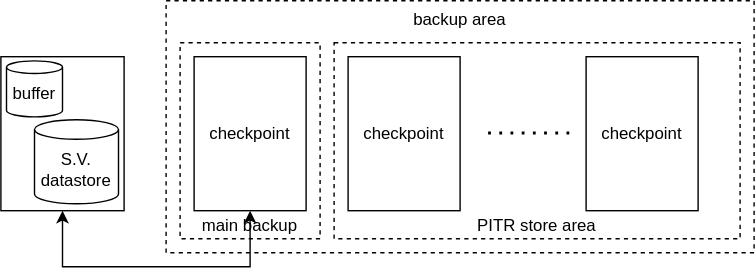
Earlier version of the draw.io export docs/backup3.drawio.svg (project-tsurugi/limestone). Source tidied: cells renumbered, new cells last; positions are measured from the earlier drawing's top-left corner, leaving out a move shared by most shapes.
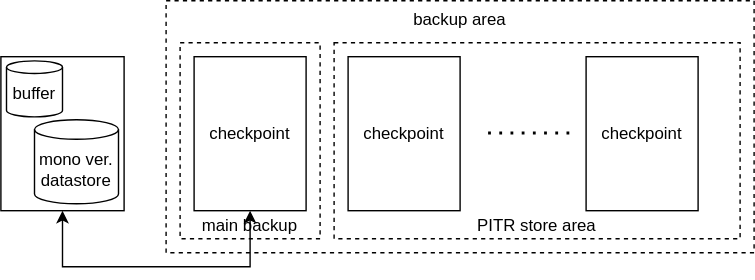
After the commit.

Change to the diagram source:
```diff
@@ -14,7 +14,7 @@
     <mxCell id="5" style="rounded=0;whiteSpace=wrap;html=1;strokeWidth=1;verticalAlign=top;align=left;" parent="1" vertex="1">
       <mxGeometry y="40" width="88" height="110" as="geometry" />
     </mxCell>
-    <mxCell id="6" value="S.V.&lt;br&gt;datastore" style="shape=cylinder3;whiteSpace=wrap;html=1;boundedLbl=1;backgroundOutline=1;size=7;strokeWidth=1;" parent="1" vertex="1">
+    <mxCell id="6" value="mono ver.&lt;br&gt;datastore" style="shape=cylinder3;whiteSpace=wrap;html=1;boundedLbl=1;backgroundOutline=1;size=7;strokeWidth=1;" parent="1" vertex="1">
       <mxGeometry x="24" y="85" width="60" height="60" as="geometry" />
     </mxCell>
     <mxCell id="7" value="buffer" style="shape=cylinder3;whiteSpace=wrap;html=1;boundedLbl=1;backgroundOutline=1;size=4.5;strokeWidth=1;" parent="1" vertex="1">
```
